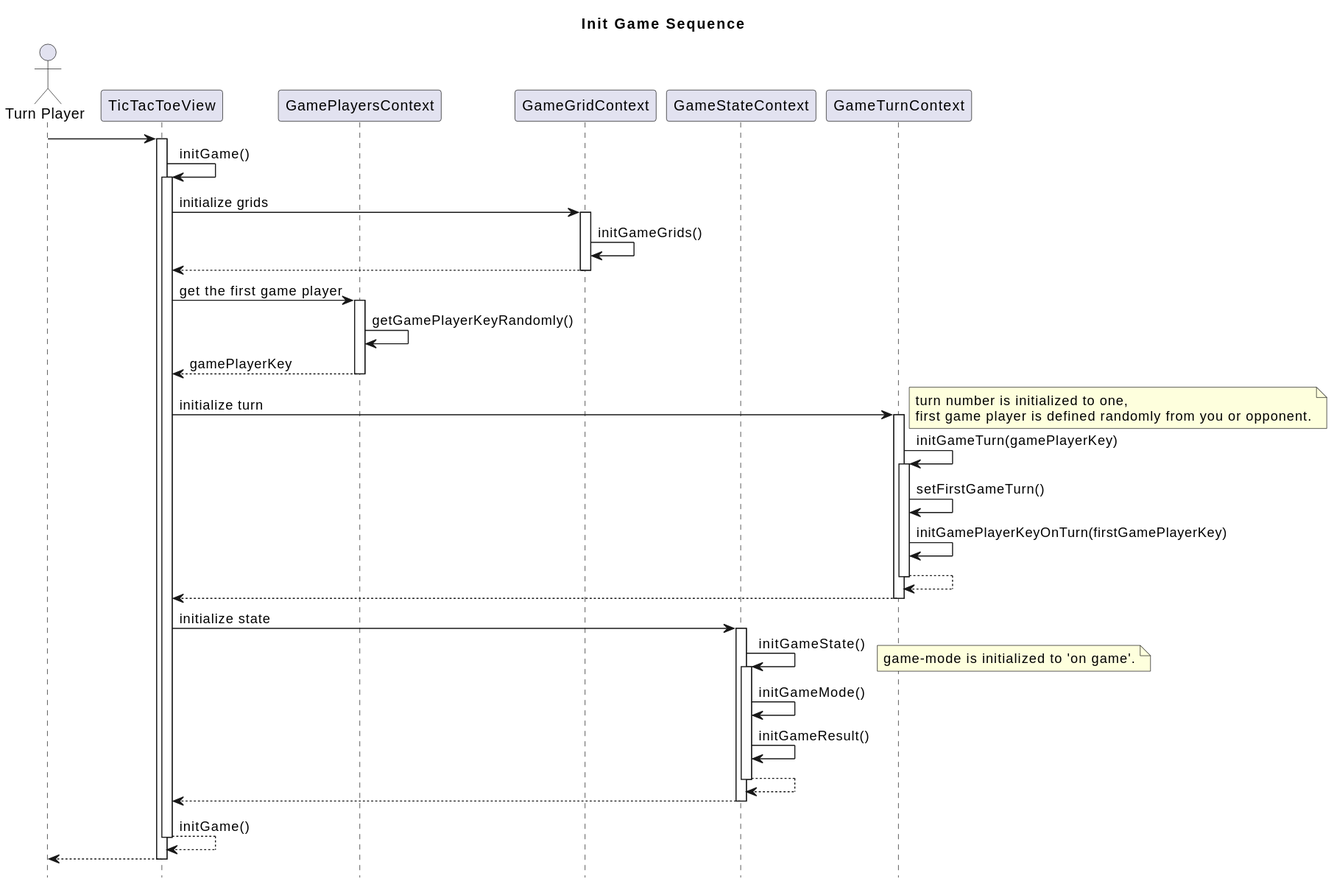
hi2k1978/react-samples keeps this PlantUML diagram as tic-tac-toe/md/init-game-sequence.svg. Above is the earlier version.
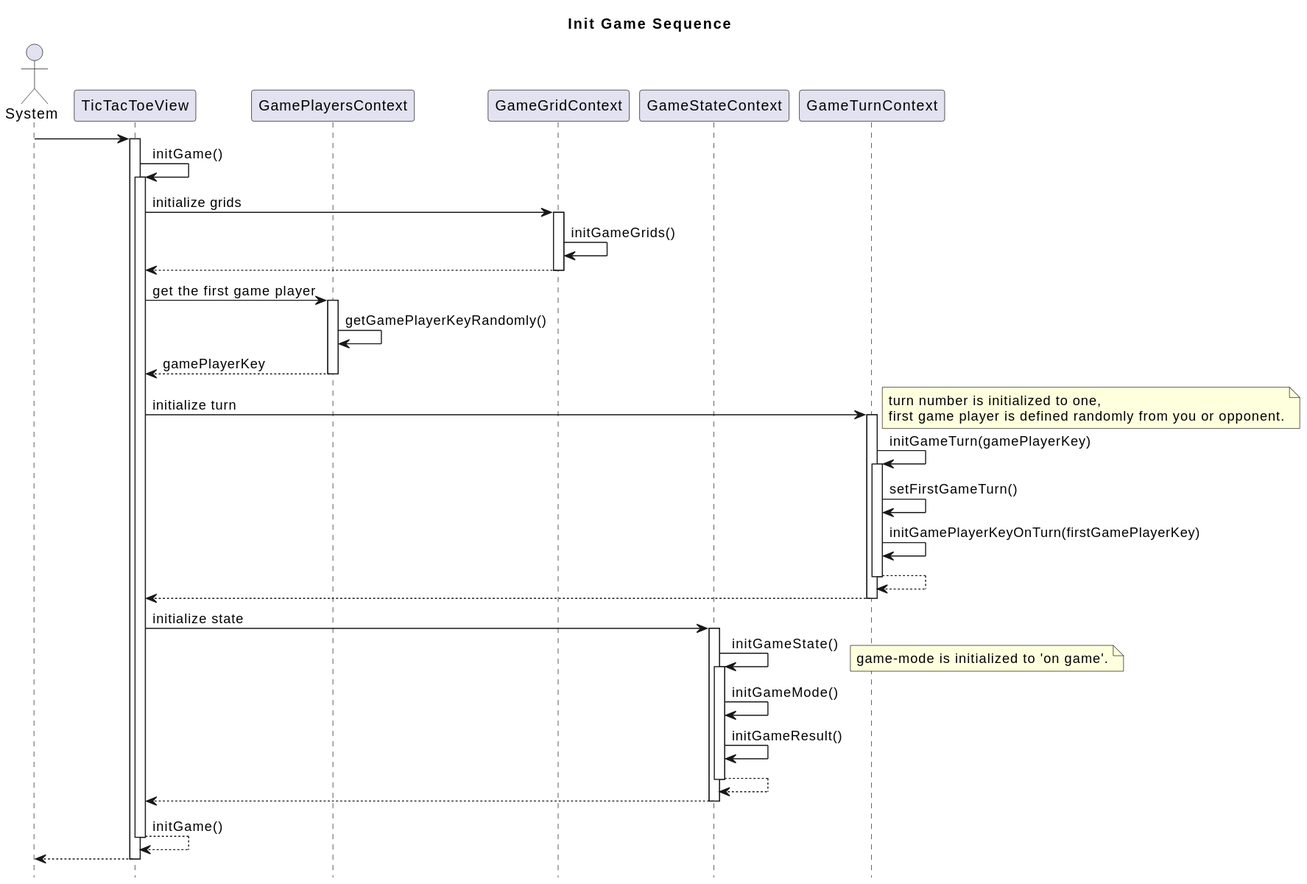
After the change.

The edit, as a diff of the source:
```diff
@@ -2,7 +2,7 @@
 title Init Game Sequence
 hide footbox
 
-Actor "Turn Player" as Player
+Actor "System" as Player
 participant "TicTacToeView" as TicTacToeView
 participant "GamePlayersContext" as GamePlayers
 participant "GameGridContext" as GameGrid
```
